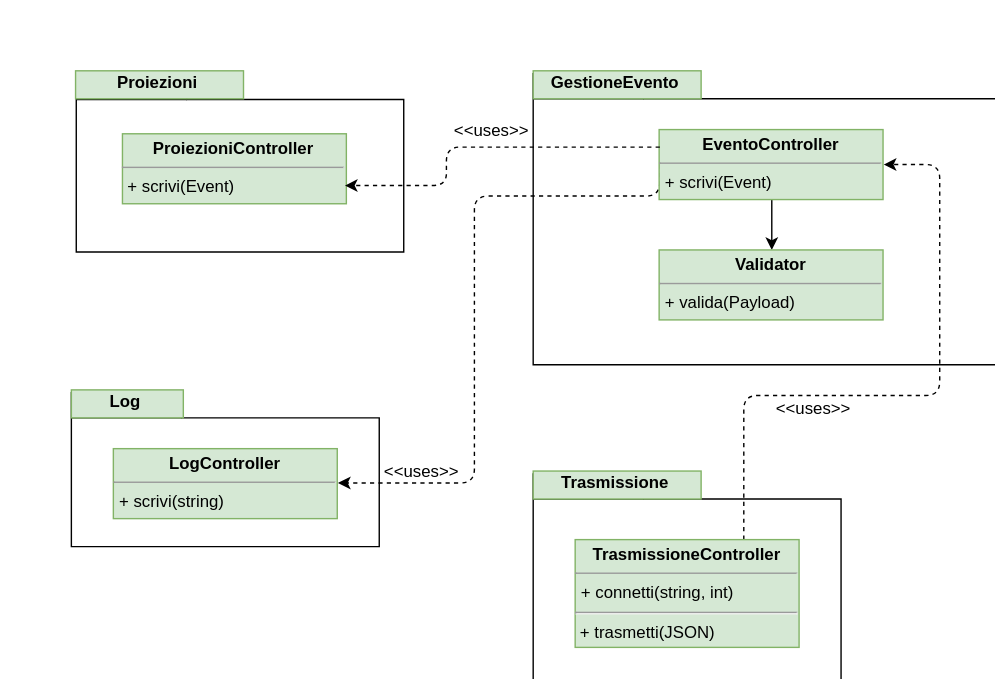
The draw.io diagram resources/DiagrammaClassiSistema.svg in Leaaaf/weatherment.io, before a commit. Source tidied: cells renumbered, new cells last; positions are measured from the earlier drawing's top-left corner, leaving out a move shared by most shapes.
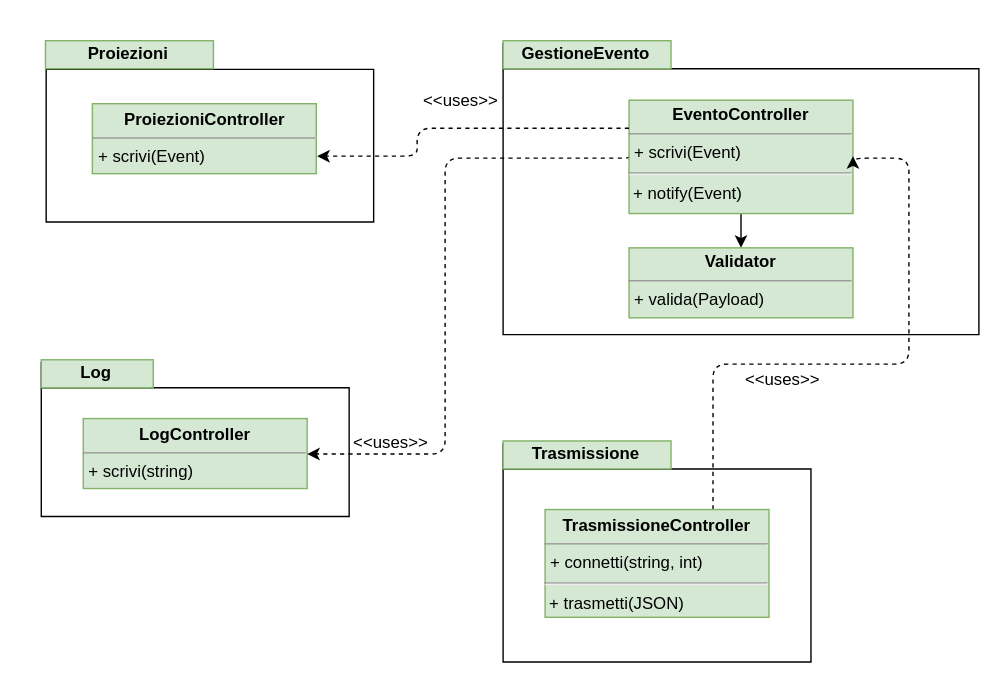
Above is the later version.

Commit message:
Proiezione and trasmissione interaction diagrams

What changed in the source:
```diff
@@ -23,17 +23,16 @@
     <mxCell id="8" style="edgeStyle=orthogonalEdgeStyle;rounded=1;jettySize=auto;html=1;exitX=0;exitY=0.5;exitDx=0;exitDy=0;entryX=1;entryY=0.5;entryDx=0;entryDy=0;dashed=1;" parent="1" edge="1" source="9" target="4">
       <mxGeometry relative="1" as="geometry">
         <Array as="points">
-          <mxPoint x="419" y="90" />
-          <mxPoint x="288" y="90" />
-          <mxPoint x="288" y="295" />
+          <mxPoint x="288.5" y="83.5" />
+          <mxPoint x="288.5" y="295.5" />
         </Array>
       </mxGeometry>
     </mxCell>
-    <mxCell id="9" value="&lt;p style=&quot;margin: 0px ; margin-top: 4px ; text-align: center&quot;&gt;&lt;b&gt;EventoController&lt;/b&gt;&lt;/p&gt;&lt;hr size=&quot;1&quot;&gt;&lt;p style=&quot;margin: 0px ; margin-left: 4px&quot;&gt;+ scrivi(Event)&lt;/p&gt;" style="verticalAlign=top;align=left;overflow=fill;fontSize=12;fontFamily=Helvetica;html=1;fillColor=#d5e8d4;strokeColor=#82b366;" parent="1" vertex="1">
-      <mxGeometry x="419.5" y="42" width="160" height="50" as="geometry" />
+    <mxCell id="9" value="&lt;p style=&quot;margin: 0px ; margin-top: 4px ; text-align: center&quot;&gt;&lt;b&gt;EventoController&lt;/b&gt;&lt;/p&gt;&lt;hr size=&quot;1&quot;&gt;&lt;p style=&quot;margin: 0px ; margin-left: 4px&quot;&gt;+ scrivi(Event)&lt;/p&gt;&lt;hr&gt;&amp;nbsp;+ notify(Event)" style="verticalAlign=top;align=left;overflow=fill;fontSize=12;fontFamily=Helvetica;html=1;fillColor=#d5e8d4;strokeColor=#82b366;" parent="1" vertex="1">
+      <mxGeometry x="419.5" y="42.5" width="160" height="81" as="geometry" />
     </mxCell>
     <mxCell id="10" value="&lt;p style=&quot;margin: 0px ; margin-top: 4px ; text-align: center&quot;&gt;&lt;b&gt;Validator&lt;/b&gt;&lt;/p&gt;&lt;hr size=&quot;1&quot;&gt;&lt;p style=&quot;margin: 0px ; margin-left: 4px&quot;&gt;+ valida(Payload)&lt;/p&gt;" style="verticalAlign=top;align=left;overflow=fill;fontSize=12;fontFamily=Helvetica;html=1;fillColor=#d5e8d4;strokeColor=#82b366;" parent="1" vertex="1">
-      <mxGeometry x="419.5" y="128" width="160" height="50" as="geometry" />
+      <mxGeometry x="419.5" y="148" width="160" height="50" as="geometry" />
     </mxCell>
     <mxCell id="11" value="&amp;lt;&amp;lt;uses&amp;gt;&amp;gt;" style="text;html=1;strokeColor=none;fillColor=none;align=center;verticalAlign=middle;whiteSpace=wrap;rounded=0;" parent="1" vertex="1">
       <mxGeometry x="229.5" y="276" width="40" height="20" as="geometry" />
@@ -47,9 +46,9 @@
     <mxCell id="14" style="edgeStyle=orthogonalEdgeStyle;rounded=1;jettySize=auto;html=1;entryX=1;entryY=0.5;entryDx=0;entryDy=0;dashed=1;" parent="1" edge="1" source="15" target="9">
       <mxGeometry relative="1" as="geometry">
         <Array as="points">
-          <mxPoint x="479.5" y="231" />
-          <mxPoint x="619.5" y="231" />
-          <mxPoint x="619.5" y="67" />
+          <mxPoint x="479.5" y="231.5" />
+          <mxPoint x="619.5" y="231.5" />
+          <mxPoint x="619.5" y="83.5" />
         </Array>
       </mxGeometry>
     </mxCell>
@@ -74,8 +73,8 @@
     <mxCell id="21" style="edgeStyle=orthogonalEdgeStyle;rounded=1;jettySize=auto;html=1;exitX=0;exitY=0.25;exitDx=0;exitDy=0;dashed=1;entryX=1;entryY=0.75;entryDx=0;entryDy=0;" parent="1" edge="1" source="9" target="19">
       <mxGeometry relative="1" as="geometry">
         <Array as="points">
-          <mxPoint x="268" y="54" />
-          <mxPoint x="268" y="83" />
+          <mxPoint x="268.5" y="62.5" />
+          <mxPoint x="268.5" y="82.5" />
         </Array>
       </mxGeometry>
     </mxCell>
```
